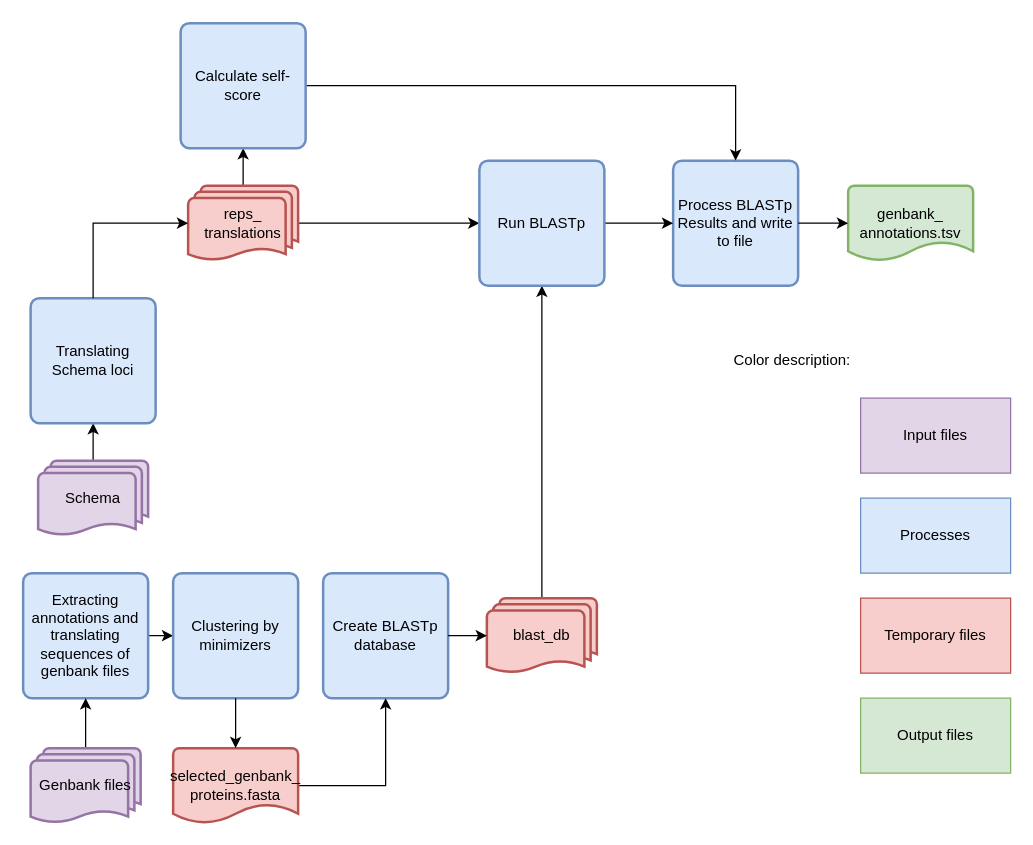
B-UMMI/Schema_Refinery keeps this draw.io diagram as SchemaRefinery/docs/SchemaRefinery/Modules/source/genbank_annotation.drawio. Above is the earlier version. Source tidied: cells renumbered, new cells numbered last; positions are measured from the earlier drawing's top-left corner, leaving out a move shared by most shapes. Both pictures are drawn from the tidied source at 125%, with x=0, y=0 at pixel (22, 22).
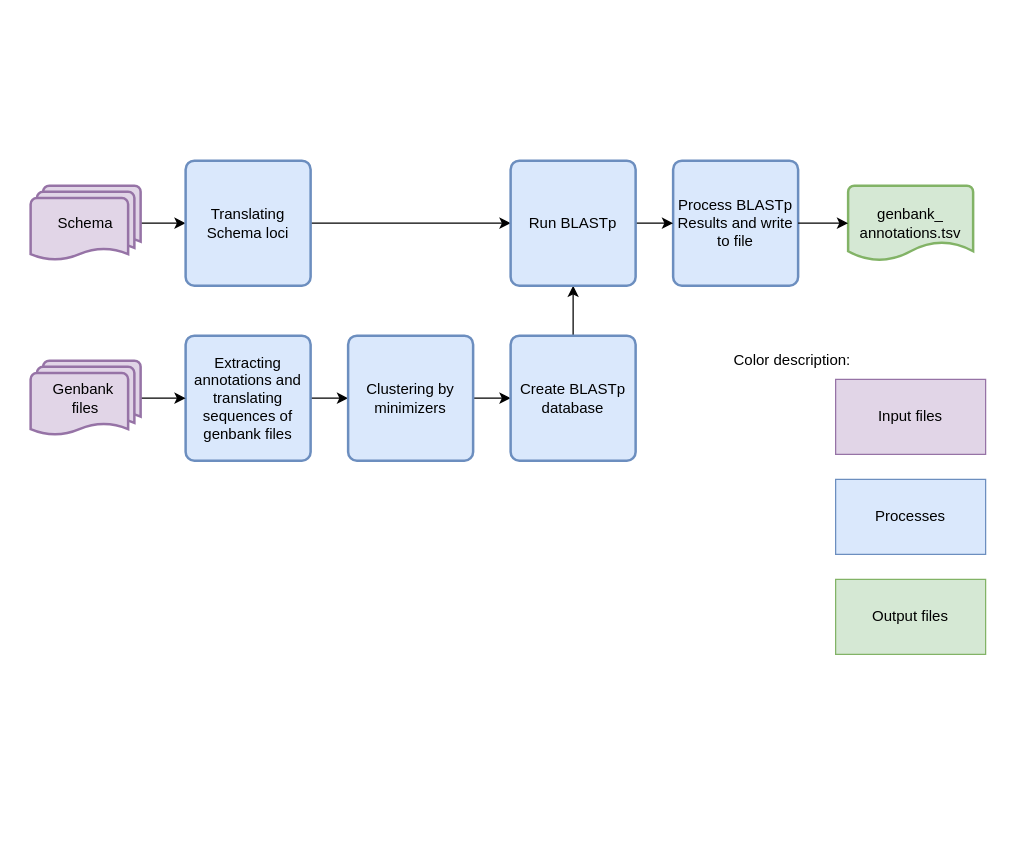
The same page after the edit.

The change refers to these unchanged cells:
```xml
<mxCell id="19" value="Process BLASTp Results and write to file" style="rounded=1;whiteSpace=wrap;html=1;absoluteArcSize=1;arcSize=14;strokeWidth=2;fillColor=#dae8fc;strokeColor=#6c8ebf;" parent="1" vertex="1">
  <mxGeometry x="520" y="110" width="100" height="100" as="geometry" />
</mxCell>
```

Diff of the diagram source:
```diff
@@
-    <mxCell id="2" style="edgeStyle=orthogonalEdgeStyle;rounded=0;jettySize=auto;html=1;entryX=0;entryY=0.5;entryDx=0;entryDy=0;" parent="1" edge="1" source="3" target="6">
+    <mxCell id="2" style="edgeStyle=orthogonalEdgeStyle;shape=connector;rounded=0;jettySize=auto;html=1;entryX=0;entryY=0.5;entryDx=0;entryDy=0;strokeColor=default;align=center;verticalAlign=middle;fontFamily=Helvetica;fontSize=11;fontColor=default;labelBackgroundColor=default;endArrow=classic;" parent="1" edge="1" source="3" target="6">
       <mxGeometry relative="1" as="geometry" />
     </mxCell>
     <mxCell id="3" value="Extracting annotations and translating sequences of genbank files" style="rounded=1;whiteSpace=wrap;html=1;absoluteArcSize=1;arcSize=14;strokeWidth=2;fillColor=#dae8fc;strokeColor=#6c8ebf;" parent="1" vertex="1">
-      <mxGeometry y="440" width="100" height="100" as="geometry" />
+      <mxGeometry x="130" y="250" width="100" height="100" as="geometry" />
     </mxCell>
-    <mxCell id="4" style="edgeStyle=orthogonalEdgeStyle;rounded=0;jettySize=auto;html=1;entryX=0.5;entryY=1;entryDx=0;entryDy=0;" parent="1" edge="1" source="5" target="3">
+    <mxCell id="4" style="edgeStyle=orthogonalEdgeStyle;shape=connector;rounded=0;jettySize=auto;html=1;entryX=0;entryY=0.5;entryDx=0;entryDy=0;strokeColor=default;align=center;verticalAlign=middle;fontFamily=Helvetica;fontSize=11;fontColor=default;labelBackgroundColor=default;endArrow=classic;" parent="1" edge="1" source="5" target="3">
       <mxGeometry relative="1" as="geometry" />
     </mxCell>
-    <mxCell id="5" value="Genbank files" style="strokeWidth=2;html=1;shape=mxgraph.flowchart.multi-document;whiteSpace=wrap;fillColor=#E1D5E7;strokeColor=#9673A6;" parent="1" vertex="1">
-      <mxGeometry x="6" y="580" width="88" height="60" as="geometry" />
+    <mxCell id="5" value="Genbank&amp;nbsp;&lt;div&gt;files&lt;/div&gt;" style="strokeWidth=2;html=1;shape=mxgraph.flowchart.multi-document;whiteSpace=wrap;fillColor=#E1D5E7;strokeColor=#9673A6;" parent="1" vertex="1">
+      <mxGeometry x="6" y="270" width="88" height="60" as="geometry" />
     </mxCell>
+    <mxCell id="33" style="edgeStyle=orthogonalEdgeStyle;shape=connector;rounded=0;jettySize=auto;html=1;entryX=0;entryY=0.5;entryDx=0;entryDy=0;strokeColor=default;align=center;verticalAlign=middle;fontFamily=Helvetica;fontSize=11;fontColor=default;labelBackgroundColor=default;endArrow=classic;" parent="1" edge="1" source="6" target="7">
+      <mxGeometry relative="1" as="geometry" />
+    </mxCell>
     <mxCell id="6" value="Clustering by minimizers" style="rounded=1;whiteSpace=wrap;html=1;absoluteArcSize=1;arcSize=14;strokeWidth=2;fillColor=#dae8fc;strokeColor=#6c8ebf;" parent="1" vertex="1">
-      <mxGeometry x="120" y="440" width="100" height="100" as="geometry" />
+      <mxGeometry x="260" y="250" width="100" height="100" as="geometry" />
     </mxCell>
+    <mxCell id="34" style="edgeStyle=orthogonalEdgeStyle;shape=connector;rounded=0;jettySize=auto;html=1;entryX=0.5;entryY=1;entryDx=0;entryDy=0;strokeColor=default;align=center;verticalAlign=middle;fontFamily=Helvetica;fontSize=11;fontColor=default;labelBackgroundColor=default;endArrow=classic;" parent="1" edge="1" source="7" target="24">
+      <mxGeometry relative="1" as="geometry" />
+    </mxCell>
     <mxCell id="7" value="Create BLASTp database" style="rounded=1;whiteSpace=wrap;html=1;absoluteArcSize=1;arcSize=14;strokeWidth=2;fillColor=#dae8fc;strokeColor=#6c8ebf;" parent="1" vertex="1">
-      <mxGeometry x="240" y="440" width="100" height="100" as="geometry" />
+      <mxGeometry x="390" y="250" width="100" height="100" as="geometry" />
     </mxCell>
-    <mxCell id="8" style="edgeStyle=orthogonalEdgeStyle;rounded=0;jettySize=auto;html=1;entryX=0.5;entryY=1;entryDx=0;entryDy=0;" parent="1" edge="1" source="9" target="10">
+    <mxCell id="8" style="edgeStyle=orthogonalEdgeStyle;shape=connector;rounded=0;jettySize=auto;html=1;entryX=0;entryY=0.5;entryDx=0;entryDy=0;strokeColor=default;align=center;verticalAlign=middle;fontFamily=Helvetica;fontSize=11;fontColor=default;labelBackgroundColor=default;endArrow=classic;" parent="1" edge="1" source="9" target="10">
       <mxGeometry relative="1" as="geometry" />
     </mxCell>
     <mxCell id="9" value="Schema" style="strokeWidth=2;html=1;shape=mxgraph.flowchart.multi-document;whiteSpace=wrap;fillColor=#E1D5E7;strokeColor=#9673A6;" parent="1" vertex="1">
-      <mxGeometry x="12" y="350" width="88" height="60" as="geometry" />
+      <mxGeometry x="6" y="130" width="88" height="60" as="geometry" />
     </mxCell>
+    <mxCell id="35" style="edgeStyle=orthogonalEdgeStyle;shape=connector;rounded=0;jettySize=auto;html=1;entryX=0;entryY=0.5;entryDx=0;entryDy=0;strokeColor=default;align=center;verticalAlign=middle;fontFamily=Helvetica;fontSize=11;fontColor=default;labelBackgroundColor=default;endArrow=classic;" parent="1" edge="1" source="10" target="24">
+      <mxGeometry relative="1" as="geometry" />
+    </mxCell>
     <mxCell id="10" value="Translating Schema loci" style="rounded=1;whiteSpace=wrap;html=1;absoluteArcSize=1;arcSize=14;strokeWidth=2;fillColor=#dae8fc;strokeColor=#6c8ebf;" parent="1" vertex="1">
-      <mxGeometry x="6" y="220" width="100" height="100" as="geometry" />
+      <mxGeometry x="130" y="110" width="100" height="100" as="geometry" />
     </mxCell>
-    <mxCell id="11" style="edgeStyle=orthogonalEdgeStyle;rounded=0;jettySize=auto;html=1;entryX=0;entryY=0.5;entryDx=0;entryDy=0;" parent="1" edge="1" source="13" target="24">
-      <mxGeometry relative="1" as="geometry" />
-    </mxCell>
-    <mxCell id="12" style="edgeStyle=orthogonalEdgeStyle;rounded=0;jettySize=auto;html=1;" parent="1" edge="1" source="13" target="22">
-      <mxGeometry relative="1" as="geometry" />
-    </mxCell>
-    <mxCell id="13" value="reps_&lt;div&gt;translations&lt;/div&gt;" style="strokeWidth=2;html=1;shape=mxgraph.flowchart.multi-document;whiteSpace=wrap;fillColor=#f8cecc;strokeColor=#b85450;" parent="1" vertex="1">
-      <mxGeometry x="132" y="130" width="88" height="60" as="geometry" />
-    </mxCell>
-    <mxCell id="14" style="edgeStyle=orthogonalEdgeStyle;rounded=0;jettySize=auto;html=1;entryX=0.5;entryY=1;entryDx=0;entryDy=0;" parent="1" edge="1" source="15" target="7">
-      <mxGeometry relative="1" as="geometry" />
-    </mxCell>
-    <mxCell id="15" value="selected_genbank_&lt;div&gt;proteins.fasta&lt;/div&gt;" style="strokeWidth=2;html=1;shape=mxgraph.flowchart.document2;whiteSpace=wrap;size=0.25;fillColor=#f8cecc;strokeColor=#b85450;" parent="1" vertex="1">
-      <mxGeometry x="120" y="580" width="100" height="60" as="geometry" />
-    </mxCell>
-    <mxCell id="16" style="edgeStyle=orthogonalEdgeStyle;rounded=0;jettySize=auto;html=1;entryX=0.5;entryY=0;entryDx=0;entryDy=0;entryPerimeter=0;" parent="1" edge="1" source="6" target="15">
-      <mxGeometry relative="1" as="geometry" />
-    </mxCell>
-    <mxCell id="17" style="edgeStyle=orthogonalEdgeStyle;rounded=0;jettySize=auto;html=1;entryX=0.5;entryY=1;entryDx=0;entryDy=0;" parent="1" edge="1" source="18" target="24">
-      <mxGeometry relative="1" as="geometry" />
-    </mxCell>
-    <mxCell id="18" value="blast_db" style="strokeWidth=2;html=1;shape=mxgraph.flowchart.multi-document;whiteSpace=wrap;fillColor=#f8cecc;strokeColor=#b85450;" parent="1" vertex="1">
-      <mxGeometry x="371" y="460" width="88" height="60" as="geometry" />
-    </mxCell>
@@
-    <mxCell id="21" style="edgeStyle=orthogonalEdgeStyle;rounded=0;jettySize=auto;html=1;" parent="1" edge="1" source="22" target="19">
-      <mxGeometry relative="1" as="geometry" />
-    </mxCell>
-    <mxCell id="22" value="Calculate self-score" style="rounded=1;whiteSpace=wrap;html=1;absoluteArcSize=1;arcSize=14;strokeWidth=2;fillColor=#dae8fc;strokeColor=#6c8ebf;" parent="1" vertex="1">
-      <mxGeometry x="126" width="100" height="100" as="geometry" />
-    </mxCell>
@@
     <mxCell id="24" value="Run BLASTp" style="rounded=1;whiteSpace=wrap;html=1;absoluteArcSize=1;arcSize=14;strokeWidth=2;fillColor=#dae8fc;strokeColor=#6c8ebf;" parent="1" vertex="1">
-      <mxGeometry x="365" y="110" width="100" height="100" as="geometry" />
+      <mxGeometry x="390" y="110" width="100" height="100" as="geometry" />
     </mxCell>
-    <mxCell id="25" style="edgeStyle=orthogonalEdgeStyle;rounded=0;jettySize=auto;html=1;entryX=0;entryY=0.5;entryDx=0;entryDy=0;entryPerimeter=0;" parent="1" edge="1" source="7" target="18">
-      <mxGeometry relative="1" as="geometry" />
-    </mxCell>
@@
     <mxCell id="27" value="Processes" style="rounded=0;whiteSpace=wrap;html=1;fillColor=#dae8fc;strokeColor=#6c8ebf;" parent="1" vertex="1">
-      <mxGeometry x="670" y="380" width="120" height="60" as="geometry" />
+      <mxGeometry x="650" y="365" width="120" height="60" as="geometry" />
     </mxCell>
-    <mxCell id="28" value="Temporary files" style="rounded=0;whiteSpace=wrap;html=1;fillColor=#f8cecc;strokeColor=#b85450;" parent="1" vertex="1">
-      <mxGeometry x="670" y="460" width="120" height="60" as="geometry" />
-    </mxCell>
     <mxCell id="29" value="Input files" style="rounded=0;whiteSpace=wrap;html=1;fillColor=#e1d5e7;strokeColor=#9673a6;" parent="1" vertex="1">
-      <mxGeometry x="670" y="300" width="120" height="60" as="geometry" />
+      <mxGeometry x="650" y="285" width="120" height="60" as="geometry" />
     </mxCell>
     <mxCell id="30" value="Output files" style="rounded=0;whiteSpace=wrap;html=1;fillColor=#d5e8d4;strokeColor=#82b366;" parent="1" vertex="1">
-      <mxGeometry x="670" y="540" width="120" height="60" as="geometry" />
+      <mxGeometry x="650" y="445" width="120" height="60" as="geometry" />
     </mxCell>
@@
-    <mxCell id="32" style="edgeStyle=orthogonalEdgeStyle;rounded=0;jettySize=auto;html=1;entryX=0;entryY=0.5;entryDx=0;entryDy=0;entryPerimeter=0;" parent="1" edge="1" source="10" target="13">
-      <mxGeometry relative="1" as="geometry">
-        <Array as="points">
-          <mxPoint x="56" y="160" />
-        </Array>
-      </mxGeometry>
-    </mxCell>
```
